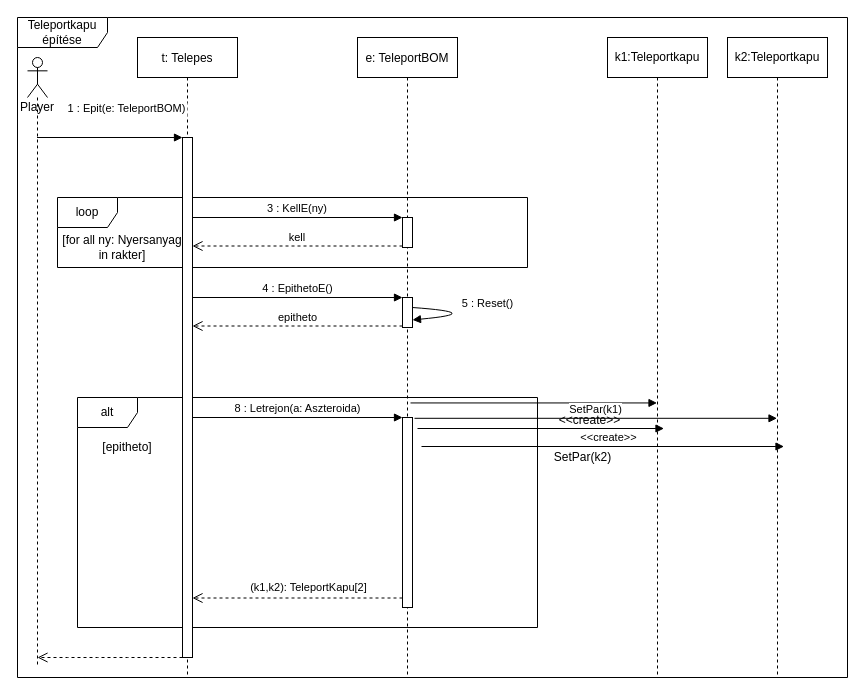
This is page "Page-2" (1 of 2) of doc/uml/szekvencia_teleportEpit.drawio from torpeBoiGo/aszteroidabanyaszat, a draw.io file, before an edit. Source tidied: cells renumbered, new cells numbered last; positions are measured from the earlier drawing's top-left corner, leaving out a move shared by most shapes. Both pictures are drawn from the tidied source at 100%, with x=0, y=0 at pixel (17, 17).
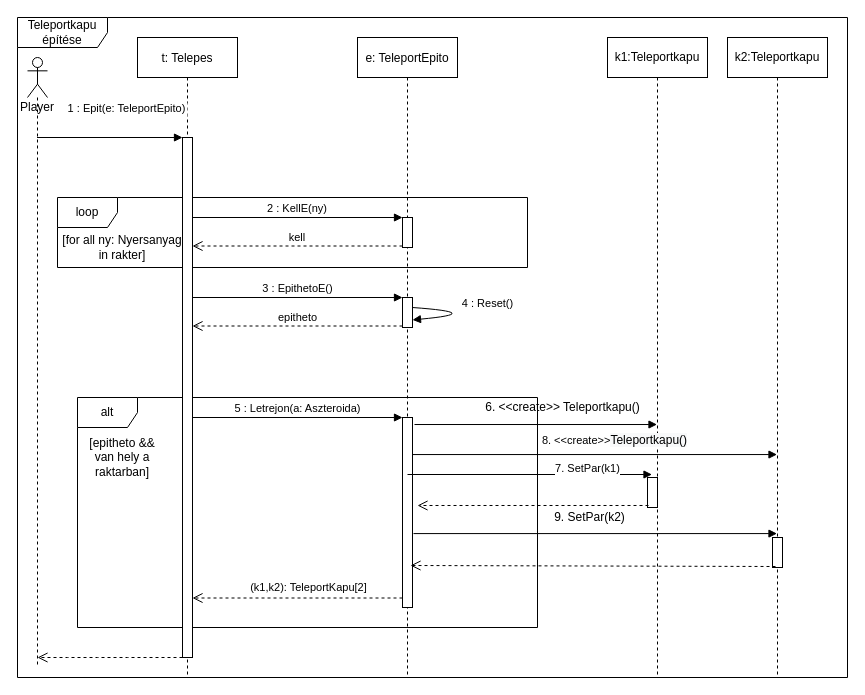
The same diagram, later.

Commit message:
kisebb javítások

The change refers to these unchanged cells:
```xml
<mxCell id="7" style="html=1;points=[];perimeter=orthogonalPerimeter;" parent="6" vertex="1">
  <mxGeometry x="45" y="100" width="10" height="520" as="geometry" />
</mxCell>
<mxCell id="9" style="html=1;points=[];perimeter=orthogonalPerimeter;" parent="8" vertex="1">
  <mxGeometry x="45" y="260" width="10" height="30" as="geometry" />
</mxCell>
<mxCell id="10" style="points=[];perimeter=orthogonalPerimeter;rounded=0;shadow=0;strokeWidth=1;" parent="8" vertex="1">
  <mxGeometry x="45" y="180" width="10" height="30" as="geometry" />
</mxCell>
<mxCell id="11" style="html=1;points=[];perimeter=orthogonalPerimeter;" parent="8" vertex="1">
  <mxGeometry x="45" y="380" width="10" height="190" as="geometry" />
</mxCell>
<mxCell id="22" value="k1:Teleportkapu" style="shape=umlLifeline;perimeter=lifelinePerimeter;whiteSpace=wrap;html=1;outlineConnect=0;" parent="1" vertex="1">
  <mxGeometry x="590" y="20" width="100" height="640" as="geometry" />
</mxCell>
<mxCell id="23" value="k2:Teleportkapu" style="shape=umlLifeline;perimeter=lifelinePerimeter;whiteSpace=wrap;html=1;outlineConnect=0;" parent="1" vertex="1">
  <mxGeometry x="710" y="20" width="100" height="640" as="geometry" />
</mxCell>
<mxCell id="31" value="Player" style="shape=umlLifeline;participant=umlActor;perimeter=lifelinePerimeter;whiteSpace=wrap;html=1;verticalAlign=top;spacingTop=36;outlineConnect=0;" parent="1" vertex="1">
  <mxGeometry x="10" y="40" width="20" height="610" as="geometry" />
</mxCell>
```

Diff of the diagram source:
```diff
@@
-    <mxCell id="4" value="4 : EpithetoE()" style="html=1;verticalAlign=bottom;endArrow=block;entryX=0;entryY=0;" parent="1" edge="1" source="7" target="9">
+    <mxCell id="4" value="3 : EpithetoE()" style="html=1;verticalAlign=bottom;endArrow=block;entryX=0;entryY=0;" parent="1" edge="1" source="7" target="9">
       <mxGeometry relative="1" as="geometry" />
     </mxCell>
@@
-    <mxCell id="8" value="e: TeleportBOM" style="shape=umlLifeline;perimeter=lifelinePerimeter;rounded=0;shadow=0;strokeWidth=1;" parent="1" vertex="1">
+    <mxCell id="8" value="e: TeleportEpito" style="shape=umlLifeline;perimeter=lifelinePerimeter;rounded=0;shadow=0;strokeWidth=1;" parent="1" vertex="1">
       <mxGeometry x="340" y="20" width="100" height="640" as="geometry" />
     </mxCell>
@@
-    <mxCell id="13" value="3 : KellE(ny)" style="verticalAlign=bottom;endArrow=block;entryX=0;entryY=0;shadow=0;strokeWidth=1;" parent="1" edge="1" source="7" target="10">
+    <mxCell id="13" value="2 : KellE(ny)" style="verticalAlign=bottom;endArrow=block;entryX=0;entryY=0;shadow=0;strokeWidth=1;" parent="1" edge="1" source="7" target="10">
       <mxGeometry relative="1" as="geometry" />
     </mxCell>
@@
-    <mxCell id="15" value="[epitheto]" style="text;html=1;strokeColor=none;fillColor=none;align=center;verticalAlign=middle;whiteSpace=wrap;rounded=0;" parent="1" vertex="1">
-      <mxGeometry x="90" y="420" width="40" height="20" as="geometry" />
+    <mxCell id="15" value="[epitheto &amp;amp;&amp;amp; van hely a raktarban]" style="text;html=1;strokeColor=none;fillColor=none;align=center;verticalAlign=middle;whiteSpace=wrap;rounded=0;" parent="1" vertex="1">
+      <mxGeometry x="70" y="430" width="70" height="20" as="geometry" />
     </mxCell>
@@
-    <mxCell id="17" value="1 : Epit(e: TeleportBOM)" style="verticalAlign=bottom;startArrow=none;endArrow=block;startSize=8;shadow=0;strokeWidth=1;startFill=0;" parent="1" edge="1" source="31">
+    <mxCell id="17" value="1 : Epit(e: TeleportEpito)" style="verticalAlign=bottom;startArrow=none;endArrow=block;startSize=8;shadow=0;strokeWidth=1;startFill=0;" parent="1" edge="1" source="31">
       <mxGeometry x="0.24" y="20" relative="1" as="geometry">
         <mxPoint x="165" y="120" as="targetPoint" />
       </mxGeometry>
     </mxCell>
@@
-    <mxCell id="19" value="8 : Letrejon(a: Aszteroida)" style="html=1;verticalAlign=bottom;endArrow=block;entryX=0;entryY=0;" parent="1" edge="1" source="7" target="11">
+    <mxCell id="19" value="5 : Letrejon(a: Aszteroida)" style="html=1;verticalAlign=bottom;endArrow=block;entryX=0;entryY=0;" parent="1" edge="1" source="7" target="11">
       <mxGeometry relative="1" as="geometry" />
     </mxCell>
@@
+    <mxCell id="32" style="html=1;points=[];perimeter=orthogonalPerimeter;" parent="22" vertex="1">
+      <mxGeometry x="40" y="440" width="10" height="30" as="geometry" />
+    </mxCell>
@@
+    <mxCell id="33" style="html=1;points=[];perimeter=orthogonalPerimeter;" parent="23" vertex="1">
+      <mxGeometry x="45" y="500" width="10" height="30" as="geometry" />
+    </mxCell>
-    <mxCell id="24" style="html=1;verticalAlign=bottom;endArrow=block;exitX=0.53;exitY=0.571;exitDx=0;exitDy=0;exitPerimeter=0;" parent="1" edge="1" source="8" target="22">
-      <mxGeometry x="0.08" y="10" relative="1" as="geometry" />
+    <mxCell id="24" style="html=1;verticalAlign=bottom;endArrow=block;exitX=1;exitY=0.195;exitDx=0;exitDy=0;exitPerimeter=0;" parent="1" edge="1">
+      <mxGeometry x="0.08" y="10" relative="1" as="geometry">
+        <mxPoint x="390" y="457" as="sourcePoint" />
+        <mxPoint x="634.5" y="457" as="targetPoint" />
+      </mxGeometry>
     </mxCell>
-    <mxCell id="25" value="SetPar(k1)" style="html=1;verticalAlign=bottom;endArrow=block;exitX=0.57;exitY=0.595;exitDx=0;exitDy=0;exitPerimeter=0;" parent="1" edge="1" source="8" target="23">
-      <mxGeometry relative="1" as="geometry" />
+    <mxCell id="25" value="7. SetPar(k1)" style="html=1;verticalAlign=bottom;endArrow=block;exitX=1.1;exitY=0.611;exitDx=0;exitDy=0;exitPerimeter=0;" parent="1" edge="1" source="11" target="23">
+      <mxGeometry x="-0.04" y="56" relative="1" as="geometry" />
     </mxCell>
-    <mxCell id="26" value="SetPar(k2)" style="text;html=1;align=center;verticalAlign=middle;" parent="1" vertex="1">
-      <mxGeometry x="530" y="430" width="70" height="20" as="geometry" />
+    <mxCell id="26" value="9. SetPar(k2)" style="text;html=1;align=center;verticalAlign=middle;" parent="1" vertex="1">
+      <mxGeometry x="527" y="490" width="90" height="20" as="geometry" />
     </mxCell>
-    <mxCell id="27" value="5 : Reset()" style="html=1;verticalAlign=bottom;endArrow=block;exitX=0.55;exitY=0.289;exitDx=0;exitDy=0;exitPerimeter=0;entryX=1;entryY=0.733;entryDx=0;entryDy=0;entryPerimeter=0;curved=1;" parent="1" edge="1">
+    <mxCell id="27" value="4 : Reset()" style="html=1;verticalAlign=bottom;endArrow=block;exitX=0.55;exitY=0.289;exitDx=0;exitDy=0;exitPerimeter=0;entryX=1;entryY=0.733;entryDx=0;entryDy=0;entryPerimeter=0;curved=1;" parent="1" edge="1">
       <mxGeometry relative="1" as="geometry">
         <mxPoint x="395" y="290" as="sourcePoint" />
         <mxPoint x="395" y="302.4" as="targetPoint" />
         <Array as="points">
           <mxPoint x="470" y="295.4" />
         </Array>
       </mxGeometry>
     </mxCell>
-    <mxCell id="28" style="html=1;verticalAlign=bottom;endArrow=block;exitX=0.53;exitY=0.571;exitDx=0;exitDy=0;exitPerimeter=0;" parent="1" edge="1">
-      <mxGeometry x="0.08" y="10" relative="1" as="geometry">
-        <mxPoint x="400" y="411" as="sourcePoint" />
-        <mxPoint x="646.5" y="411" as="targetPoint" />
-      </mxGeometry>
+    <mxCell id="28" style="html=1;verticalAlign=bottom;endArrow=block;exitX=1.2;exitY=0.037;exitDx=0;exitDy=0;exitPerimeter=0;" parent="1" edge="1" source="11" target="22">
+      <mxGeometry x="0.08" y="10" relative="1" as="geometry" />
     </mxCell>
-    <mxCell id="29" value="&amp;lt;&amp;lt;create&amp;gt;&amp;gt;" style="html=1;verticalAlign=bottom;endArrow=block;exitX=0.57;exitY=0.595;exitDx=0;exitDy=0;exitPerimeter=0;" parent="1" edge="1">
-      <mxGeometry x="0.03" relative="1" as="geometry">
-        <mxPoint x="404" y="429" as="sourcePoint" />
-        <mxPoint x="766.5" y="429" as="targetPoint" />
-      </mxGeometry>
+    <mxCell id="29" value="8. &amp;lt;&amp;lt;create&amp;gt;&amp;gt;&lt;span style=&quot;font-size: 12px ; background-color: rgb(248 , 249 , 250)&quot;&gt;Teleportkapu()&lt;/span&gt;" style="html=1;verticalAlign=bottom;endArrow=block;exitX=1;exitY=0.195;exitDx=0;exitDy=0;exitPerimeter=0;" parent="1" edge="1" source="11" target="23">
+      <mxGeometry x="0.11" y="5" relative="1" as="geometry" />
     </mxCell>
-    <mxCell id="30" value="&amp;lt;&amp;lt;create&amp;gt;&amp;gt;" style="text;html=1;align=center;verticalAlign=middle;" parent="1" vertex="1">
-      <mxGeometry x="532" y="392.8" width="80" height="20" as="geometry" />
-    </mxCell>
@@
+    <mxCell id="34" style="html=1;verticalAlign=bottom;endArrow=open;dashed=1;endSize=8;exitX=0.1;exitY=0.933;exitDx=0;exitDy=0;exitPerimeter=0;" parent="1" edge="1" source="32">
+      <mxGeometry relative="1" as="geometry">
+        <mxPoint x="400" y="488" as="targetPoint" />
+      </mxGeometry>
+    </mxCell>
+    <mxCell id="35" style="html=1;verticalAlign=bottom;endArrow=open;dashed=1;endSize=8;entryX=0.53;entryY=0.825;entryDx=0;entryDy=0;entryPerimeter=0;exitX=0.3;exitY=0.967;exitDx=0;exitDy=0;exitPerimeter=0;" parent="1" edge="1" source="33" target="8">
+      <mxGeometry relative="1" as="geometry" />
+    </mxCell>
+    <mxCell id="36" value="6. &amp;lt;&amp;lt;create&amp;gt;&amp;gt; Teleportkapu()" style="text;html=1;align=center;verticalAlign=middle;" parent="1" vertex="1">
+      <mxGeometry x="460" y="380" width="170" height="20" as="geometry" />
+    </mxCell>
```
